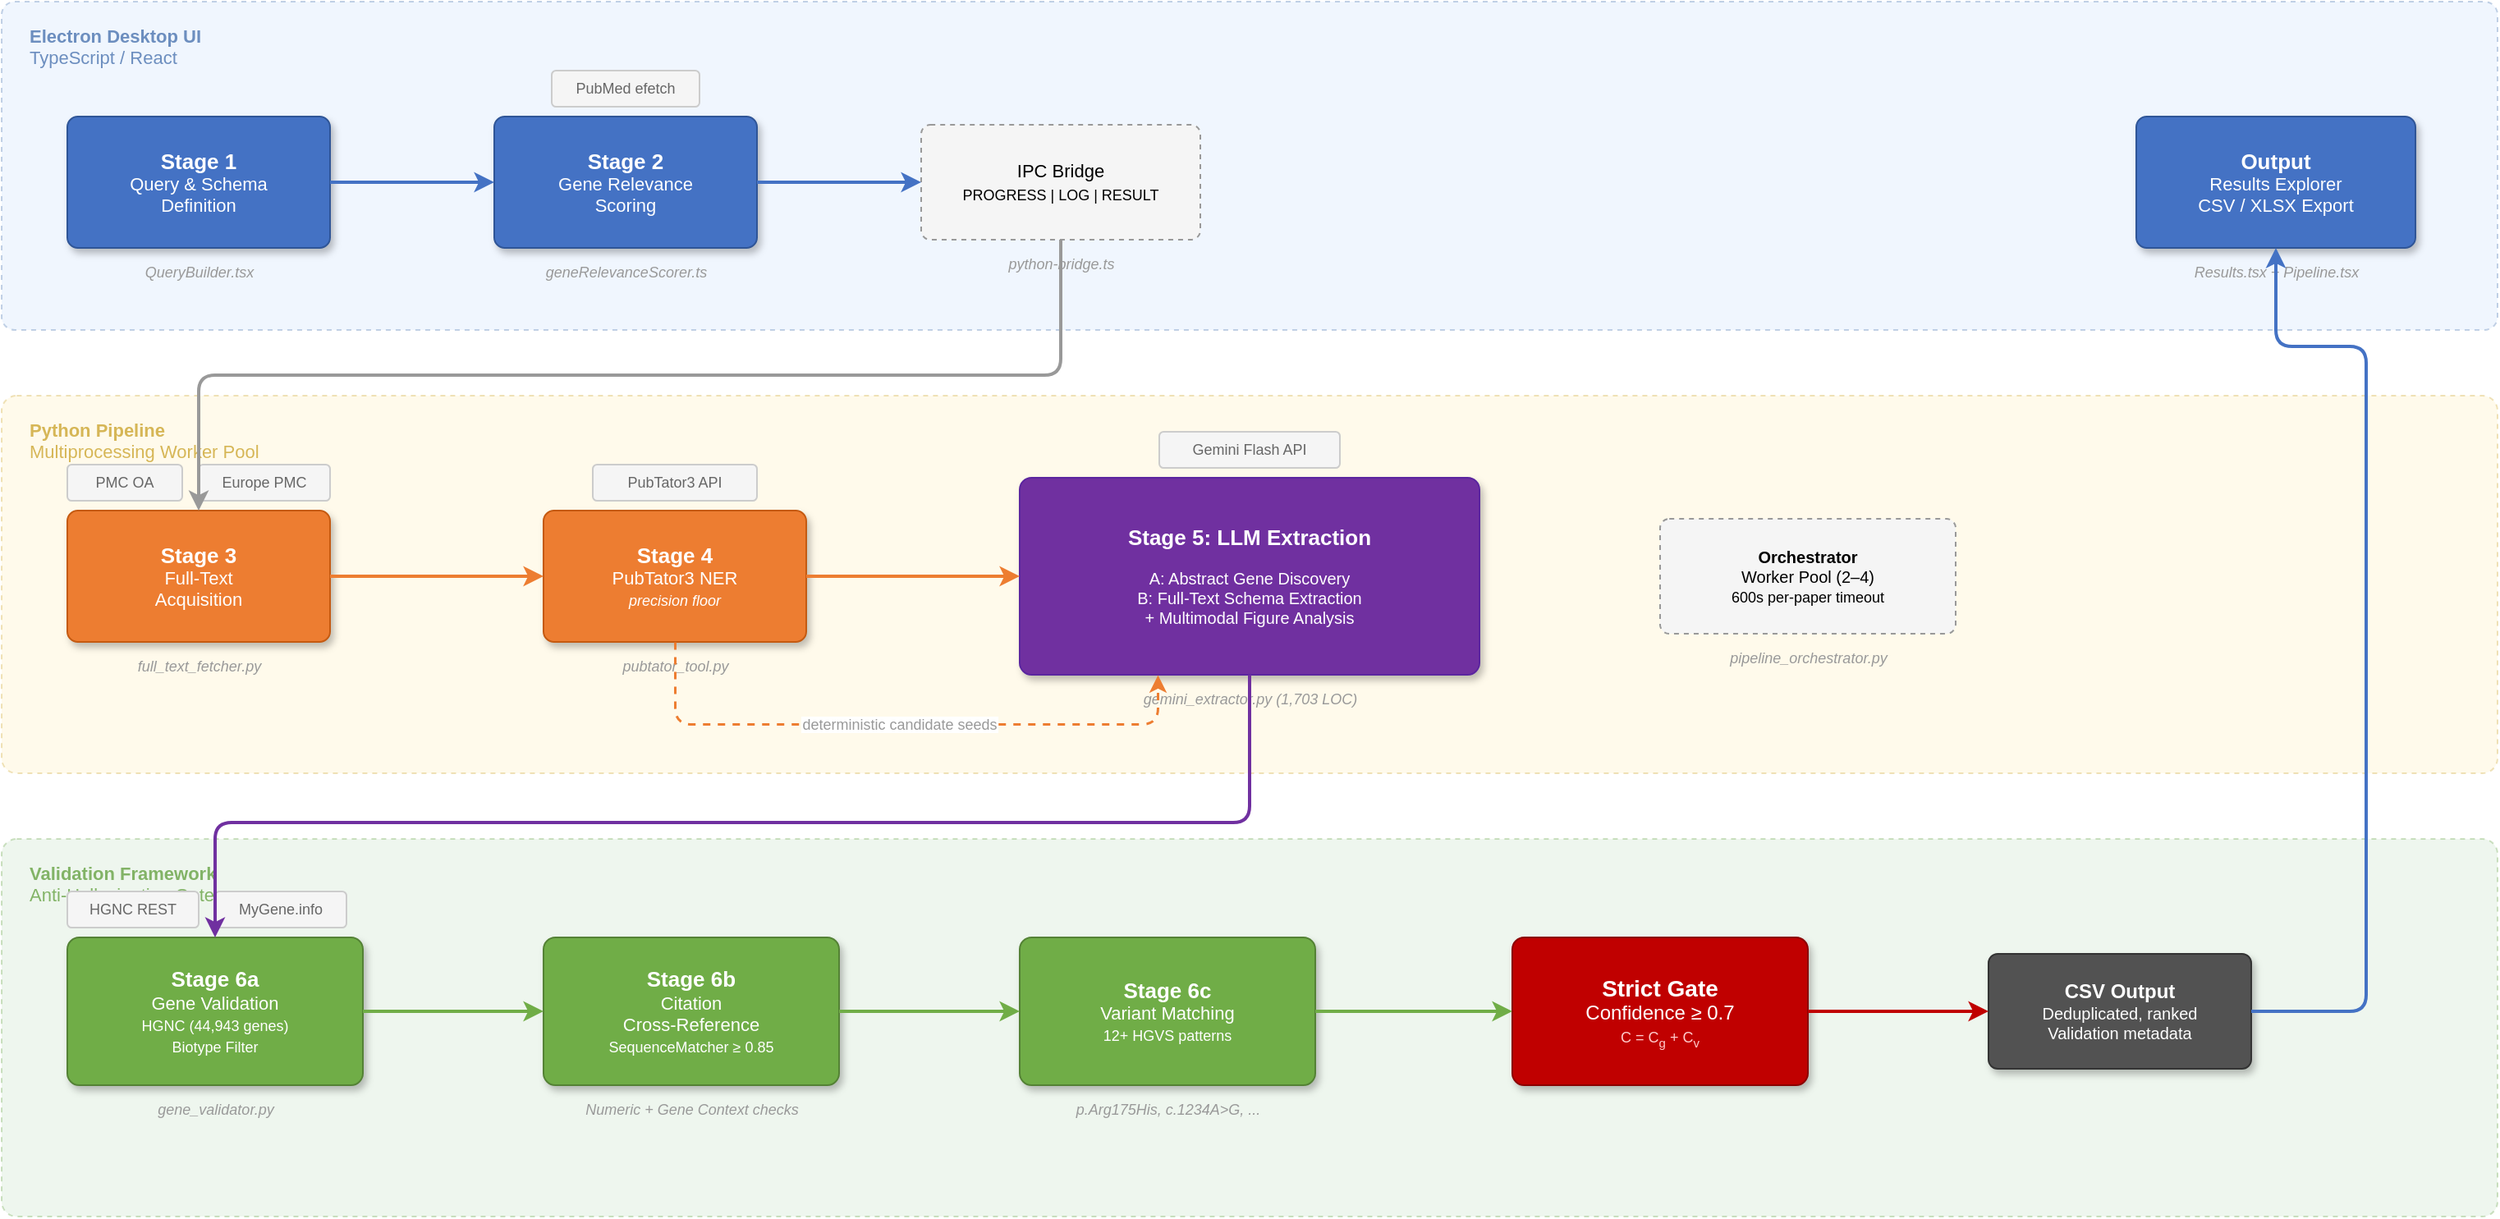
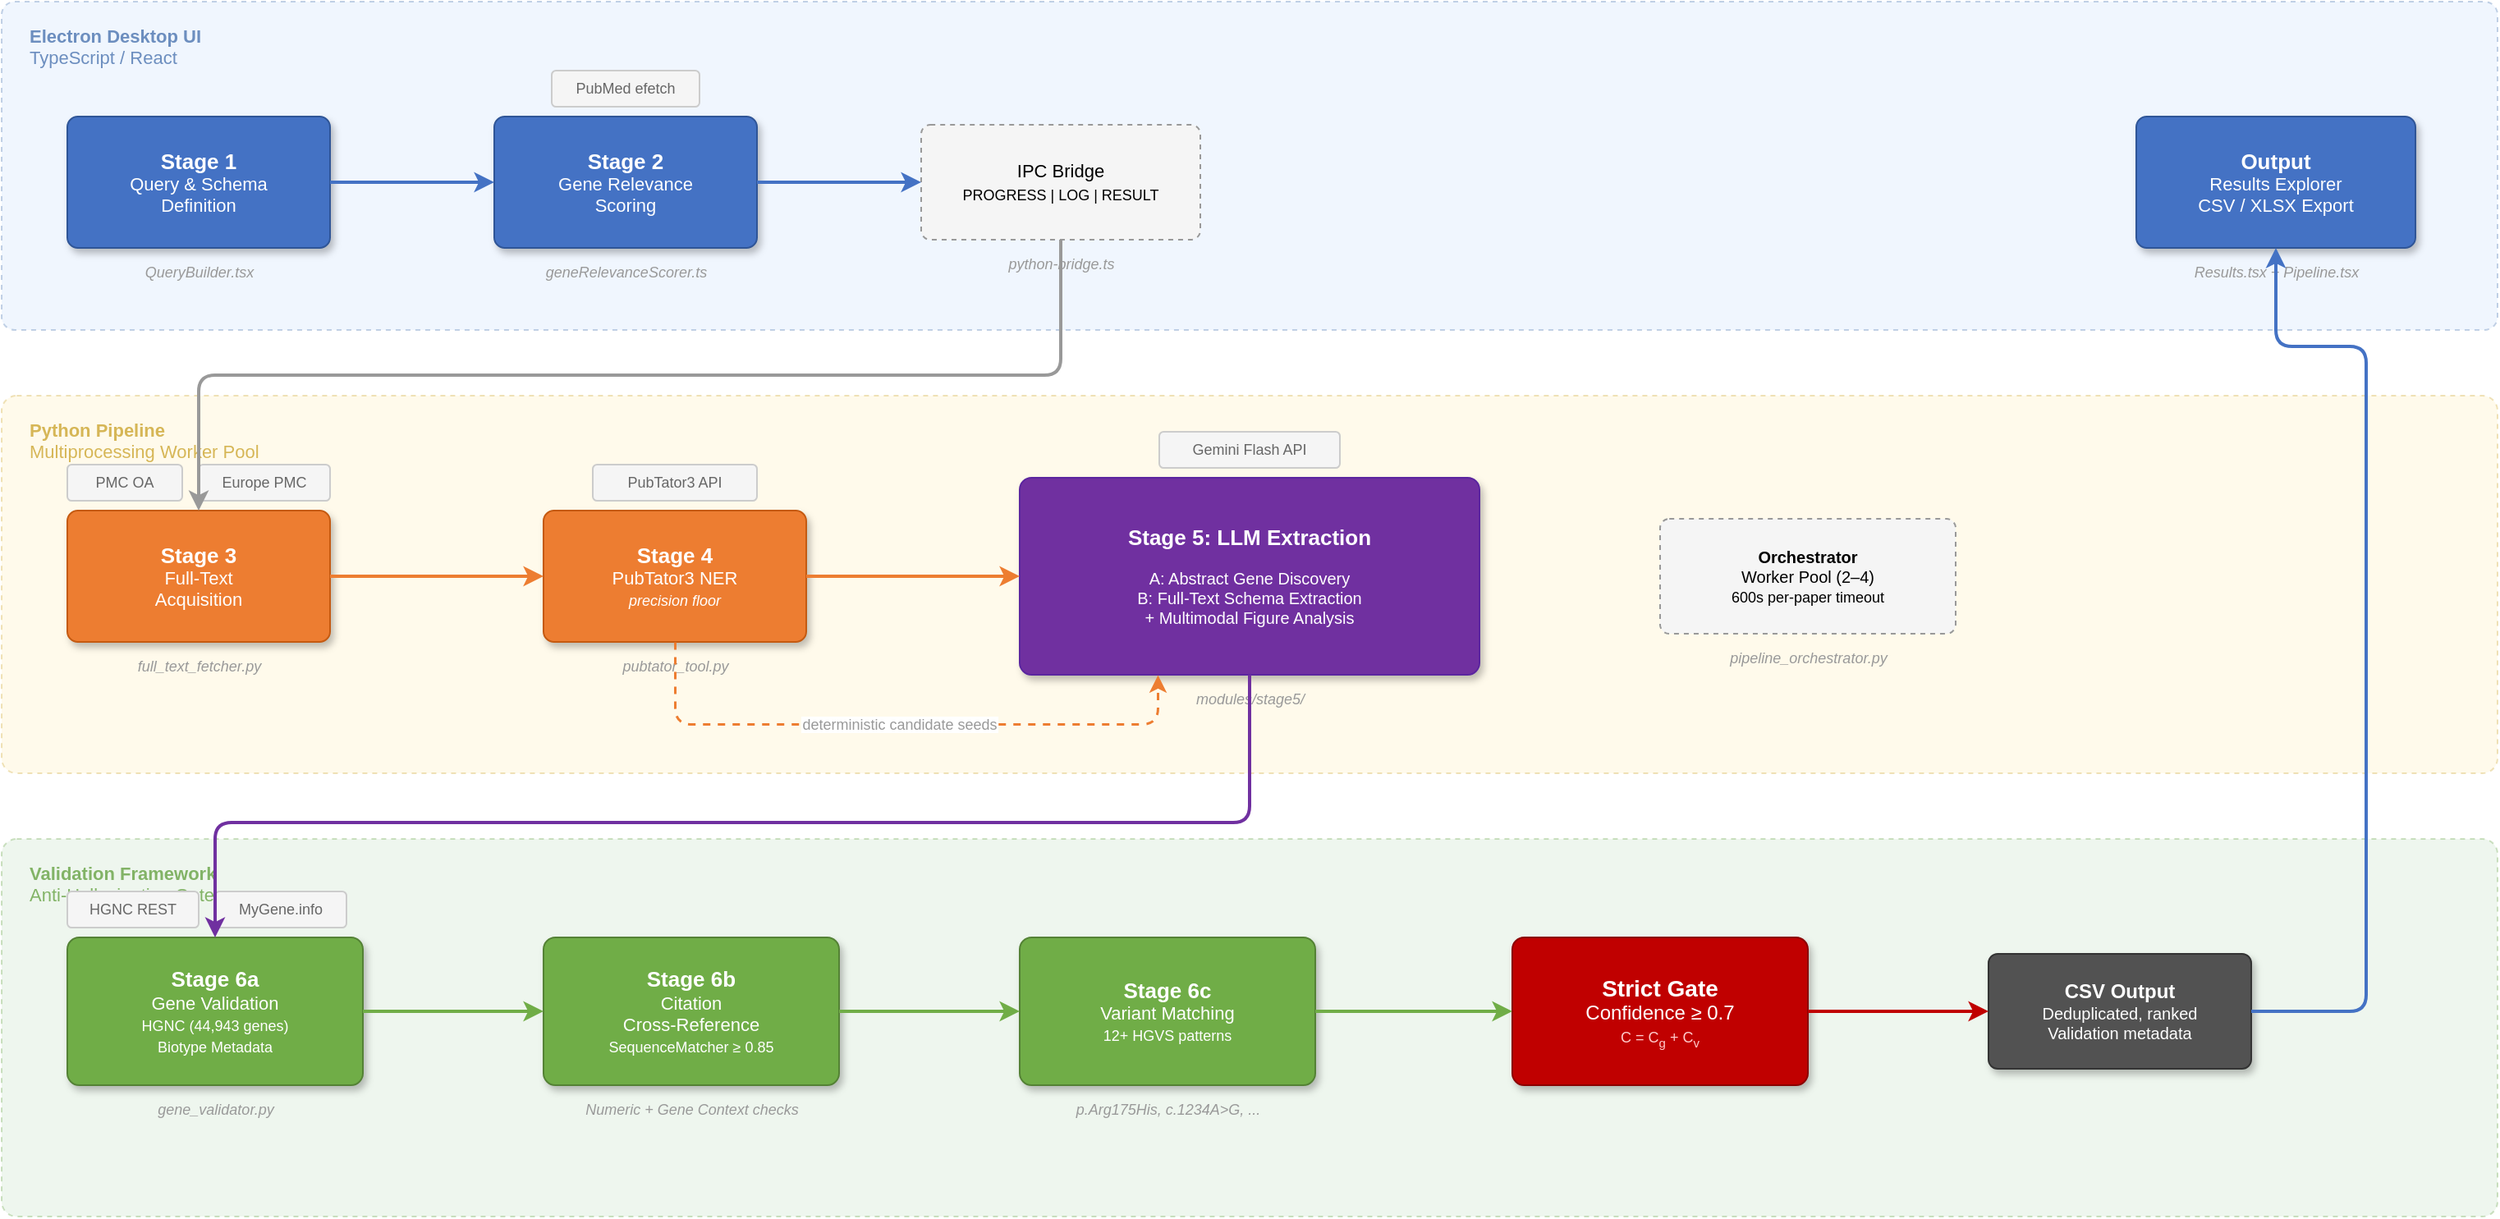
<mxfile host="app.diagrams.net" modified="2026-03-09T13:00:00.000Z" agent="Claude" version="21.0.0">
  <diagram name="Architecture" id="arch">
    <mxGraphModel dx="1422" dy="762" grid="1" gridSize="10" guides="1" tooltips="1" connect="1" arrows="1" fold="1" page="1" pageScale="1" pageWidth="1600" pageHeight="900" math="0" shadow="0">
      <root>
        <mxCell id="0"/>
        <mxCell id="1" parent="0"/>

        <!-- ═══ LAYER BACKGROUNDS ═══ -->
        <!-- UI Layer -->
        <mxCell id="bg_ui" value="" style="rounded=1;whiteSpace=wrap;html=1;fillColor=#dae8fc;strokeColor=#6c8ebf;strokeWidth=1;dashed=1;opacity=40;arcSize=4;" vertex="1" parent="1">
          <mxGeometry x="40" y="30" width="1520" height="200" as="geometry"/>
        </mxCell>
        <mxCell id="bg_ui_label" value="&lt;b&gt;Electron Desktop UI&lt;/b&gt;&lt;br&gt;TypeScript / React" style="text;html=1;fontSize=11;fontColor=#6c8ebf;align=left;verticalAlign=top;" vertex="1" parent="1">
          <mxGeometry x="55" y="38" width="180" height="40" as="geometry"/>
        </mxCell>

        <!-- Pipeline Layer -->
        <mxCell id="bg_pipe" value="" style="rounded=1;whiteSpace=wrap;html=1;fillColor=#fff2cc;strokeColor=#d6b656;strokeWidth=1;dashed=1;opacity=40;arcSize=4;" vertex="1" parent="1">
          <mxGeometry x="40" y="270" width="1520" height="230" as="geometry"/>
        </mxCell>
        <mxCell id="bg_pipe_label" value="&lt;b&gt;Python Pipeline&lt;/b&gt;&lt;br&gt;Multiprocessing Worker Pool" style="text;html=1;fontSize=11;fontColor=#d6b656;align=left;verticalAlign=top;" vertex="1" parent="1">
          <mxGeometry x="55" y="278" width="220" height="40" as="geometry"/>
        </mxCell>

        <!-- Validation Layer -->
        <mxCell id="bg_val" value="" style="rounded=1;whiteSpace=wrap;html=1;fillColor=#d5e8d4;strokeColor=#82b366;strokeWidth=1;dashed=1;opacity=40;arcSize=4;" vertex="1" parent="1">
          <mxGeometry x="40" y="540" width="1520" height="230" as="geometry"/>
        </mxCell>
        <mxCell id="bg_val_label" value="&lt;b&gt;Validation Framework&lt;/b&gt;&lt;br&gt;Anti-Hallucination Gates" style="text;html=1;fontSize=11;fontColor=#82b366;align=left;verticalAlign=top;" vertex="1" parent="1">
          <mxGeometry x="55" y="548" width="220" height="40" as="geometry"/>
        </mxCell>

        <!-- ═══ UI LAYER BOXES ═══ -->
        <!-- Stage 1: Query -->
        <mxCell id="s1" value="&lt;b style=&quot;font-size:13px&quot;&gt;Stage 1&lt;/b&gt;&lt;br&gt;Query &amp; Schema&lt;br&gt;Definition" style="rounded=1;whiteSpace=wrap;html=1;fillColor=#4472C4;fontColor=#ffffff;strokeColor=#2F5597;fontSize=11;arcSize=8;shadow=1;" vertex="1" parent="1">
          <mxGeometry x="80" y="100" width="160" height="80" as="geometry"/>
        </mxCell>
        <mxCell id="s1_file" value="QueryBuilder.tsx" style="text;html=1;fontSize=9;fontColor=#999999;fontStyle=2;align=center;" vertex="1" parent="1">
          <mxGeometry x="80" y="183" width="160" height="20" as="geometry"/>
        </mxCell>

        <!-- Stage 2: Relevance -->
        <mxCell id="s2" value="&lt;b style=&quot;font-size:13px&quot;&gt;Stage 2&lt;/b&gt;&lt;br&gt;Gene Relevance&lt;br&gt;Scoring" style="rounded=1;whiteSpace=wrap;html=1;fillColor=#4472C4;fontColor=#ffffff;strokeColor=#2F5597;fontSize=11;arcSize=8;shadow=1;" vertex="1" parent="1">
          <mxGeometry x="340" y="100" width="160" height="80" as="geometry"/>
        </mxCell>
        <mxCell id="s2_file" value="geneRelevanceScorer.ts" style="text;html=1;fontSize=9;fontColor=#999999;fontStyle=2;align=center;" vertex="1" parent="1">
          <mxGeometry x="340" y="183" width="160" height="20" as="geometry"/>
        </mxCell>
        <mxCell id="s2_api" value="PubMed efetch" style="rounded=1;whiteSpace=wrap;html=1;fillColor=#f5f5f5;strokeColor=#cccccc;fontSize=9;fontColor=#666666;arcSize=12;" vertex="1" parent="1">
          <mxGeometry x="375" y="72" width="90" height="22" as="geometry"/>
        </mxCell>

        <!-- IPC Bridge -->
        <mxCell id="ipc" value="IPC Bridge&lt;br&gt;&lt;font style=&quot;font-size:9px&quot;&gt;PROGRESS | LOG | RESULT&lt;/font&gt;" style="rounded=1;whiteSpace=wrap;html=1;fillColor=#f5f5f5;strokeColor=#999999;fontSize=11;dashed=1;arcSize=8;" vertex="1" parent="1">
          <mxGeometry x="600" y="105" width="170" height="70" as="geometry"/>
        </mxCell>
        <mxCell id="ipc_file" value="python-bridge.ts" style="text;html=1;fontSize=9;fontColor=#999999;fontStyle=2;align=center;" vertex="1" parent="1">
          <mxGeometry x="600" y="178" width="170" height="20" as="geometry"/>
        </mxCell>

        <!-- Output: Results -->
        <mxCell id="out" value="&lt;b style=&quot;font-size:13px&quot;&gt;Output&lt;/b&gt;&lt;br&gt;Results Explorer&lt;br&gt;CSV / XLSX Export" style="rounded=1;whiteSpace=wrap;html=1;fillColor=#4472C4;fontColor=#ffffff;strokeColor=#2F5597;fontSize=11;arcSize=8;shadow=1;" vertex="1" parent="1">
          <mxGeometry x="1340" y="100" width="170" height="80" as="geometry"/>
        </mxCell>
        <mxCell id="out_file" value="Results.tsx + Pipeline.tsx" style="text;html=1;fontSize=9;fontColor=#999999;fontStyle=2;align=center;" vertex="1" parent="1">
          <mxGeometry x="1340" y="183" width="170" height="20" as="geometry"/>
        </mxCell>

        <!-- ═══ PIPELINE LAYER BOXES ═══ -->
        <!-- Stage 3: Full Text -->
        <mxCell id="s3" value="&lt;b style=&quot;font-size:13px&quot;&gt;Stage 3&lt;/b&gt;&lt;br&gt;Full-Text&lt;br&gt;Acquisition" style="rounded=1;whiteSpace=wrap;html=1;fillColor=#ED7D31;fontColor=#ffffff;strokeColor=#C55A11;fontSize=11;arcSize=8;shadow=1;" vertex="1" parent="1">
          <mxGeometry x="80" y="340" width="160" height="80" as="geometry"/>
        </mxCell>
        <mxCell id="s3_file" value="full_text_fetcher.py" style="text;html=1;fontSize=9;fontColor=#999999;fontStyle=2;align=center;" vertex="1" parent="1">
          <mxGeometry x="80" y="423" width="160" height="20" as="geometry"/>
        </mxCell>
        <mxCell id="s3_api1" value="PMC OA" style="rounded=1;whiteSpace=wrap;html=1;fillColor=#f5f5f5;strokeColor=#cccccc;fontSize=9;fontColor=#666666;arcSize=12;" vertex="1" parent="1">
          <mxGeometry x="80" y="312" width="70" height="22" as="geometry"/>
        </mxCell>
        <mxCell id="s3_api2" value="Europe PMC" style="rounded=1;whiteSpace=wrap;html=1;fillColor=#f5f5f5;strokeColor=#cccccc;fontSize=9;fontColor=#666666;arcSize=12;" vertex="1" parent="1">
          <mxGeometry x="160" y="312" width="80" height="22" as="geometry"/>
        </mxCell>

        <!-- Stage 4: PubTator -->
        <mxCell id="s4" value="&lt;b style=&quot;font-size:13px&quot;&gt;Stage 4&lt;/b&gt;&lt;br&gt;PubTator3 NER&lt;br&gt;&lt;font style=&quot;font-size:9px;font-style:italic&quot;&gt;precision floor&lt;/font&gt;" style="rounded=1;whiteSpace=wrap;html=1;fillColor=#ED7D31;fontColor=#ffffff;strokeColor=#C55A11;fontSize=11;arcSize=8;shadow=1;" vertex="1" parent="1">
          <mxGeometry x="370" y="340" width="160" height="80" as="geometry"/>
        </mxCell>
        <mxCell id="s4_file" value="pubtator_tool.py" style="text;html=1;fontSize=9;fontColor=#999999;fontStyle=2;align=center;" vertex="1" parent="1">
          <mxGeometry x="370" y="423" width="160" height="20" as="geometry"/>
        </mxCell>
        <mxCell id="s4_api" value="PubTator3 API" style="rounded=1;whiteSpace=wrap;html=1;fillColor=#f5f5f5;strokeColor=#cccccc;fontSize=9;fontColor=#666666;arcSize=12;" vertex="1" parent="1">
          <mxGeometry x="400" y="312" width="100" height="22" as="geometry"/>
        </mxCell>

        <!-- Stage 5: LLM -->
        <mxCell id="s5" value="&lt;b style=&quot;font-size:13px&quot;&gt;Stage 5: LLM Extraction&lt;/b&gt;&lt;br&gt;&lt;br&gt;A: Abstract Gene Discovery&lt;br&gt;B: Full-Text Schema Extraction&lt;br&gt;+ Multimodal Figure Analysis" style="rounded=1;whiteSpace=wrap;html=1;fillColor=#7030A0;fontColor=#ffffff;strokeColor=#5B259F;fontSize=10;arcSize=6;shadow=1;" vertex="1" parent="1">
          <mxGeometry x="660" y="320" width="280" height="120" as="geometry"/>
        </mxCell>
-         <mxCell id="s5_file" value="gemini_extractor.py (1,703 LOC)" style="text;html=1;fontSize=9;fontColor=#999999;fontStyle=2;align=center;" vertex="1" parent="1">
+         <mxCell id="s5_file" value="modules/stage5/" style="text;html=1;fontSize=9;fontColor=#999999;fontStyle=2;align=center;" vertex="1" parent="1">
          <mxGeometry x="660" y="443" width="280" height="20" as="geometry"/>
        </mxCell>
        <mxCell id="s5_api" value="Gemini Flash API" style="rounded=1;whiteSpace=wrap;html=1;fillColor=#f5f5f5;strokeColor=#cccccc;fontSize=9;fontColor=#666666;arcSize=12;" vertex="1" parent="1">
          <mxGeometry x="745" y="292" width="110" height="22" as="geometry"/>
        </mxCell>

        <!-- Orchestrator -->
        <mxCell id="orch" value="&lt;b&gt;Orchestrator&lt;/b&gt;&lt;br&gt;Worker Pool (2–4)&lt;br&gt;&lt;font style=&quot;font-size:9px&quot;&gt;600s per-paper timeout&lt;/font&gt;" style="rounded=1;whiteSpace=wrap;html=1;fillColor=#f5f5f5;strokeColor=#999999;fontSize=10;dashed=1;arcSize=8;" vertex="1" parent="1">
          <mxGeometry x="1050" y="345" width="180" height="70" as="geometry"/>
        </mxCell>
        <mxCell id="orch_file" value="pipeline_orchestrator.py" style="text;html=1;fontSize=9;fontColor=#999999;fontStyle=2;align=center;" vertex="1" parent="1">
          <mxGeometry x="1050" y="418" width="180" height="20" as="geometry"/>
        </mxCell>

        <!-- ═══ VALIDATION LAYER BOXES ═══ -->
        <!-- Stage 6a: Gene Validation -->
-         <mxCell id="v1" value="&lt;b style=&quot;font-size:13px&quot;&gt;Stage 6a&lt;/b&gt;&lt;br&gt;Gene Validation&lt;br&gt;&lt;font style=&quot;font-size:9px&quot;&gt;HGNC (44,943 genes)&lt;br&gt;Biotype Filter&lt;/font&gt;" style="rounded=1;whiteSpace=wrap;html=1;fillColor=#70AD47;fontColor=#ffffff;strokeColor=#548235;fontSize=11;arcSize=8;shadow=1;" vertex="1" parent="1">
+         <mxCell id="v1" value="&lt;b style=&quot;font-size:13px&quot;&gt;Stage 6a&lt;/b&gt;&lt;br&gt;Gene Validation&lt;br&gt;&lt;font style=&quot;font-size:9px&quot;&gt;HGNC (44,943 genes)&lt;br&gt;Biotype Metadata&lt;/font&gt;" style="rounded=1;whiteSpace=wrap;html=1;fillColor=#70AD47;fontColor=#ffffff;strokeColor=#548235;fontSize=11;arcSize=8;shadow=1;" vertex="1" parent="1">
          <mxGeometry x="80" y="600" width="180" height="90" as="geometry"/>
        </mxCell>
        <mxCell id="v1_file" value="gene_validator.py" style="text;html=1;fontSize=9;fontColor=#999999;fontStyle=2;align=center;" vertex="1" parent="1">
          <mxGeometry x="80" y="693" width="180" height="20" as="geometry"/>
        </mxCell>
        <mxCell id="v1_api1" value="HGNC REST" style="rounded=1;whiteSpace=wrap;html=1;fillColor=#f5f5f5;strokeColor=#cccccc;fontSize=9;fontColor=#666666;arcSize=12;" vertex="1" parent="1">
          <mxGeometry x="80" y="572" width="80" height="22" as="geometry"/>
        </mxCell>
        <mxCell id="v1_api2" value="MyGene.info" style="rounded=1;whiteSpace=wrap;html=1;fillColor=#f5f5f5;strokeColor=#cccccc;fontSize=9;fontColor=#666666;arcSize=12;" vertex="1" parent="1">
          <mxGeometry x="170" y="572" width="80" height="22" as="geometry"/>
        </mxCell>

        <!-- Stage 6b: Citation -->
        <mxCell id="v2" value="&lt;b style=&quot;font-size:13px&quot;&gt;Stage 6b&lt;/b&gt;&lt;br&gt;Citation&lt;br&gt;Cross-Reference&lt;br&gt;&lt;font style=&quot;font-size:9px&quot;&gt;SequenceMatcher ≥ 0.85&lt;/font&gt;" style="rounded=1;whiteSpace=wrap;html=1;fillColor=#70AD47;fontColor=#ffffff;strokeColor=#548235;fontSize=11;arcSize=8;shadow=1;" vertex="1" parent="1">
          <mxGeometry x="370" y="600" width="180" height="90" as="geometry"/>
        </mxCell>
        <mxCell id="v2_file" value="Numeric + Gene Context checks" style="text;html=1;fontSize=9;fontColor=#999999;fontStyle=2;align=center;" vertex="1" parent="1">
          <mxGeometry x="370" y="693" width="180" height="20" as="geometry"/>
        </mxCell>

        <!-- Stage 6c: Variant -->
        <mxCell id="v3" value="&lt;b style=&quot;font-size:13px&quot;&gt;Stage 6c&lt;/b&gt;&lt;br&gt;Variant Matching&lt;br&gt;&lt;font style=&quot;font-size:9px&quot;&gt;12+ HGVS patterns&lt;/font&gt;" style="rounded=1;whiteSpace=wrap;html=1;fillColor=#70AD47;fontColor=#ffffff;strokeColor=#548235;fontSize=11;arcSize=8;shadow=1;" vertex="1" parent="1">
          <mxGeometry x="660" y="600" width="180" height="90" as="geometry"/>
        </mxCell>
        <mxCell id="v3_file" value="p.Arg175His, c.1234A&gt;G, ..." style="text;html=1;fontSize=9;fontColor=#999999;fontStyle=2;align=center;" vertex="1" parent="1">
          <mxGeometry x="660" y="693" width="180" height="20" as="geometry"/>
        </mxCell>

        <!-- Confidence Gate -->
        <mxCell id="gate" value="&lt;b style=&quot;font-size:14px;color:#ffffff&quot;&gt;Strict Gate&lt;/b&gt;&lt;br&gt;&lt;font style=&quot;font-size:12px;color:#ffffff&quot;&gt;Confidence ≥ 0.7&lt;/font&gt;&lt;br&gt;&lt;font style=&quot;font-size:9px;color:#ffcccc&quot;&gt;C = C&lt;sub&gt;g&lt;/sub&gt; + C&lt;sub&gt;v&lt;/sub&gt;&lt;/font&gt;" style="rounded=1;whiteSpace=wrap;html=1;fillColor=#C00000;fontColor=#ffffff;strokeColor=#8B0000;fontSize=11;arcSize=8;shadow=1;" vertex="1" parent="1">
          <mxGeometry x="960" y="600" width="180" height="90" as="geometry"/>
        </mxCell>

        <!-- CSV Output -->
        <mxCell id="csv" value="&lt;b style=&quot;font-size:12px&quot;&gt;CSV Output&lt;/b&gt;&lt;br&gt;Deduplicated, ranked&lt;br&gt;Validation metadata" style="rounded=1;whiteSpace=wrap;html=1;fillColor=#525252;fontColor=#ffffff;strokeColor=#333333;fontSize=10;arcSize=8;shadow=1;" vertex="1" parent="1">
          <mxGeometry x="1250" y="610" width="160" height="70" as="geometry"/>
        </mxCell>

        <!-- ═══ ARROWS ═══ -->
        <!-- UI flow -->
        <mxCell id="a1" style="edgeStyle=orthogonalEdgeStyle;strokeColor=#4472C4;strokeWidth=2;rounded=1;" edge="1" source="s1" target="s2" parent="1">
          <mxGeometry relative="1" as="geometry"/>
        </mxCell>
        <mxCell id="a2" style="edgeStyle=orthogonalEdgeStyle;strokeColor=#4472C4;strokeWidth=2;rounded=1;" edge="1" source="s2" target="ipc" parent="1">
          <mxGeometry relative="1" as="geometry"/>
        </mxCell>

        <!-- IPC down to pipeline -->
        <mxCell id="a3" value="" style="edgeStyle=orthogonalEdgeStyle;strokeColor=#999999;strokeWidth=2;rounded=1;exitX=0.5;exitY=1;entryX=0.5;entryY=0;" edge="1" source="ipc" target="s3" parent="1">
          <mxGeometry relative="1" as="geometry"/>
        </mxCell>

        <!-- Pipeline flow -->
        <mxCell id="a4" style="edgeStyle=orthogonalEdgeStyle;strokeColor=#ED7D31;strokeWidth=2;rounded=1;" edge="1" source="s3" target="s4" parent="1">
          <mxGeometry relative="1" as="geometry"/>
        </mxCell>
        <mxCell id="a5" style="edgeStyle=orthogonalEdgeStyle;strokeColor=#ED7D31;strokeWidth=2;rounded=1;" edge="1" source="s4" target="s5" parent="1">
          <mxGeometry relative="1" as="geometry"/>
        </mxCell>

        <!-- Deterministic seeds (dashed) -->
        <mxCell id="a_seeds" value="deterministic candidate seeds" style="edgeStyle=orthogonalEdgeStyle;strokeColor=#ED7D31;strokeWidth=1.5;rounded=1;dashed=1;fontSize=9;fontColor=#999999;exitX=0.5;exitY=1;entryX=0.3;entryY=1;" edge="1" source="s4" target="s5" parent="1">
          <mxGeometry relative="1" as="geometry">
            <Array as="points">
              <mxPoint x="450" y="470"/>
              <mxPoint x="744" y="470"/>
            </Array>
          </mxGeometry>
        </mxCell>

        <!-- LLM to Validation -->
        <mxCell id="a6" value="" style="edgeStyle=orthogonalEdgeStyle;strokeColor=#7030A0;strokeWidth=2;rounded=1;exitX=0.5;exitY=1;entryX=0.5;entryY=0;" edge="1" source="s5" target="v1" parent="1">
          <mxGeometry relative="1" as="geometry">
            <Array as="points">
              <mxPoint x="800" y="530"/>
              <mxPoint x="170" y="530"/>
            </Array>
          </mxGeometry>
        </mxCell>

        <!-- Validation flow -->
        <mxCell id="a7" style="edgeStyle=orthogonalEdgeStyle;strokeColor=#70AD47;strokeWidth=2;rounded=1;" edge="1" source="v1" target="v2" parent="1">
          <mxGeometry relative="1" as="geometry"/>
        </mxCell>
        <mxCell id="a8" style="edgeStyle=orthogonalEdgeStyle;strokeColor=#70AD47;strokeWidth=2;rounded=1;" edge="1" source="v2" target="v3" parent="1">
          <mxGeometry relative="1" as="geometry"/>
        </mxCell>
        <mxCell id="a9" style="edgeStyle=orthogonalEdgeStyle;strokeColor=#70AD47;strokeWidth=2;rounded=1;" edge="1" source="v3" target="gate" parent="1">
          <mxGeometry relative="1" as="geometry"/>
        </mxCell>
        <mxCell id="a10" style="edgeStyle=orthogonalEdgeStyle;strokeColor=#C00000;strokeWidth=2;rounded=1;" edge="1" source="gate" target="csv" parent="1">
          <mxGeometry relative="1" as="geometry"/>
        </mxCell>

        <!-- CSV back up to Output -->
        <mxCell id="a11" value="" style="edgeStyle=orthogonalEdgeStyle;strokeColor=#4472C4;strokeWidth=2;rounded=1;exitX=1;exitY=0.5;entryX=0.5;entryY=1;" edge="1" source="csv" target="out" parent="1">
          <mxGeometry relative="1" as="geometry">
            <Array as="points">
              <mxPoint x="1480" y="645"/>
              <mxPoint x="1480" y="240"/>
              <mxPoint x="1425" y="240"/>
            </Array>
          </mxGeometry>
        </mxCell>

      </root>
    </mxGraphModel>
  </diagram>
</mxfile>
